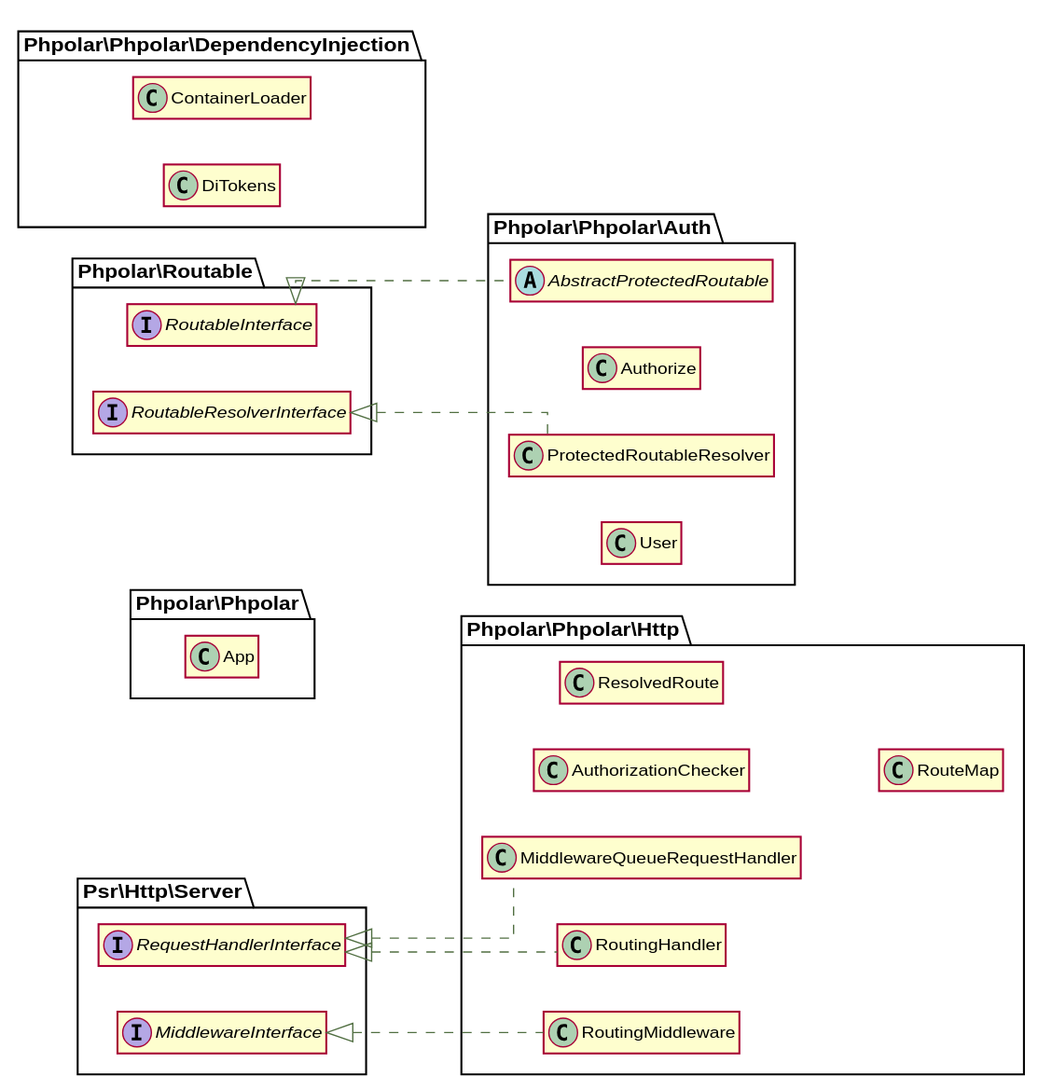
The PlantUML diagram docs/graphs/classes.svg in phpolar/phpolar, before a commit.
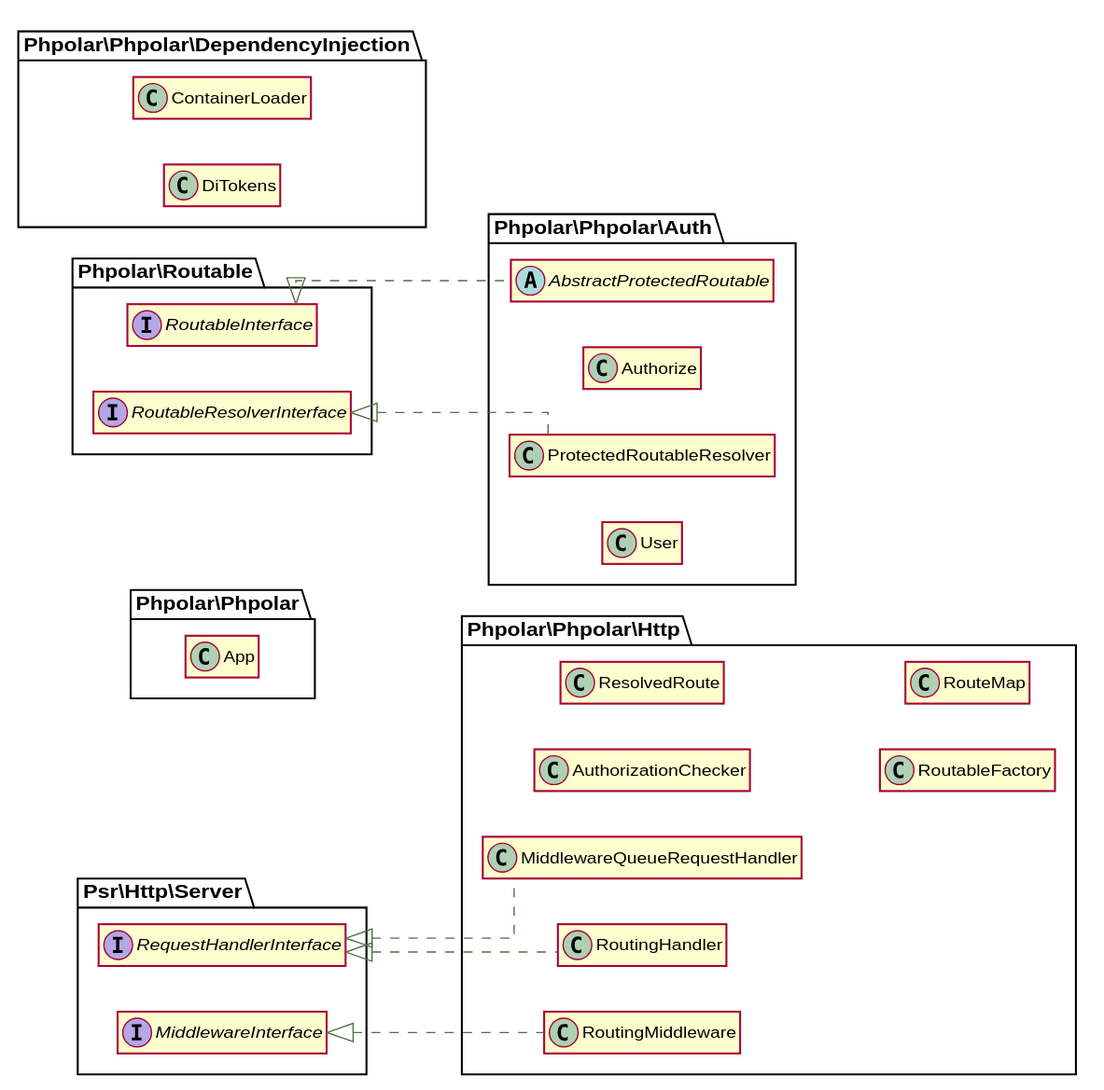
After the change.

Diff of the diagram source:
```diff
@@ -43,6 +43,9 @@
 class \\Phpolar\\Phpolar\\Http\\ResolvedRoute {
 }
 
+class \\Phpolar\\Phpolar\\Http\\RoutableFactory {
+}
+
 class \\Phpolar\\Phpolar\\Http\\RouteMap {
 }
 
```
